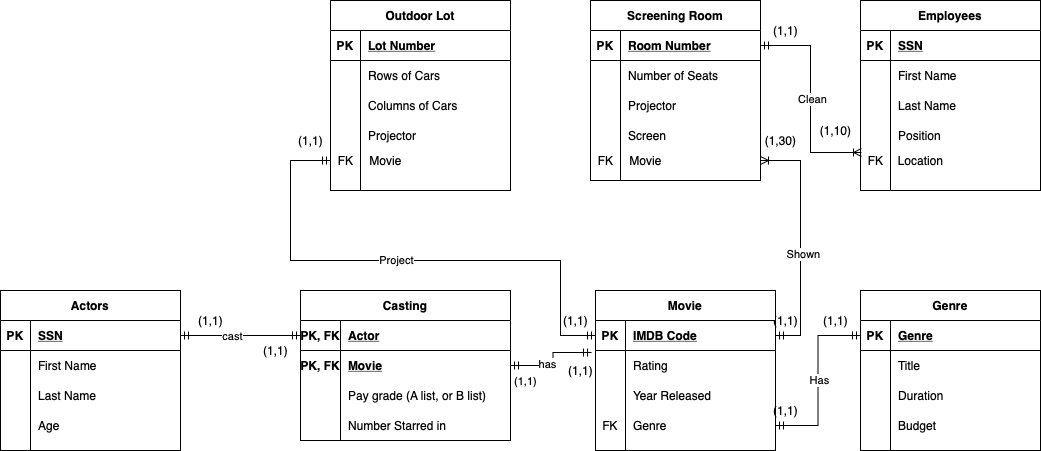
Earlier version of the draw.io export images/Lab 2 210 Project ER Diagram.png (lqr5252/Lab-1). Source tidied: cells renumbered, new cells last; positions are measured from the earlier drawing's top-left corner, leaving out a move shared by most shapes.
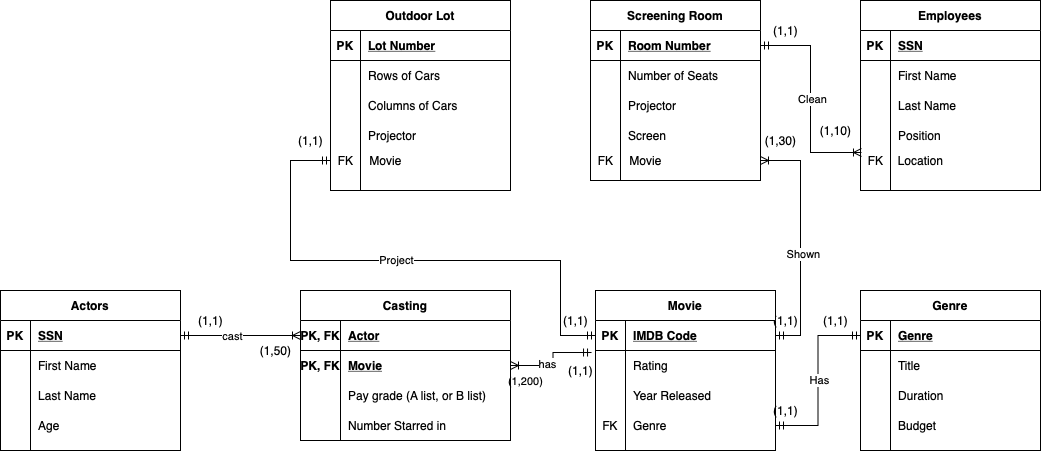
After the commit.

Diff of the diagram source:
```diff
@@ -238,7 +238,7 @@
     <mxCell id="75" value="FK" style="text;html=1;align=center;verticalAlign=middle;" parent="1" vertex="1">
       <mxGeometry x="590" y="150" width="30" height="20" as="geometry" />
     </mxCell>
-    <mxCell id="76" style="edgeStyle=orthogonalEdgeStyle;rounded=0;jettySize=auto;html=1;exitX=1;exitY=0.5;exitDx=0;exitDy=0;entryX=0;entryY=0.5;entryDx=0;entryDy=0;startArrow=ERmandOne;startFill=0;endArrow=ERmandOne;endFill=0;" parent="1" edge="1" source="98" target="111">
+    <mxCell id="76" style="edgeStyle=orthogonalEdgeStyle;rounded=0;jettySize=auto;html=1;exitX=1;exitY=0.5;exitDx=0;exitDy=0;entryX=0;entryY=0.5;entryDx=0;entryDy=0;startArrow=ERmandOne;startFill=0;endArrow=ERoneToMany;endFill=0;" parent="1" edge="1" source="98" target="111">
       <mxGeometry relative="1" as="geometry" />
     </mxCell>
     <mxCell id="77" value="cast" style="edgeLabel;html=1;align=center;verticalAlign=middle;" parent="76" vertex="1">
@@ -285,10 +285,10 @@
     <mxCell id="90" value="Genre" style="shape=partialRectangle;fillColor=none;top=0;left=0;bottom=0;right=0;align=left;spacingLeft=6;overflow=hidden;" parent="88" vertex="1">
       <mxGeometry x="30" width="150" height="30" as="geometry" />
     </mxCell>
-    <mxCell id="91" style="edgeStyle=orthogonalEdgeStyle;rounded=0;jettySize=auto;html=1;exitX=1;exitY=0.5;exitDx=0;exitDy=0;entryX=-0.022;entryY=0.067;entryDx=0;entryDy=0;entryPerimeter=0;startArrow=ERmandOne;startFill=0;endArrow=ERmandOne;endFill=0;" parent="1" edge="1" source="114" target="82">
+    <mxCell id="91" style="edgeStyle=orthogonalEdgeStyle;rounded=0;jettySize=auto;html=1;exitX=1;exitY=0.5;exitDx=0;exitDy=0;entryX=-0.022;entryY=0.067;entryDx=0;entryDy=0;entryPerimeter=0;startArrow=ERoneToMany;startFill=0;endArrow=ERmandOne;endFill=0;" parent="1" edge="1" source="114" target="82">
       <mxGeometry relative="1" as="geometry" />
     </mxCell>
-    <mxCell id="92" value="(1,1)" style="edgeLabel;html=1;align=center;verticalAlign=middle;" parent="91" vertex="1">
+    <mxCell id="92" value="(1,200)" style="edgeLabel;html=1;align=center;verticalAlign=middle;rotation=0;" parent="91" vertex="1">
       <mxGeometry x="-0.69" y="-5" relative="1" as="geometry">
         <mxPoint y="10" as="offset" />
       </mxGeometry>
@@ -299,8 +299,8 @@
     <mxCell id="94" value="(1,1)" style="text;html=1;align=center;verticalAlign=middle;" parent="1" vertex="1">
       <mxGeometry x="190" y="310" width="40" height="20" as="geometry" />
     </mxCell>
-    <mxCell id="95" value="(1,1)" style="text;html=1;align=center;verticalAlign=middle;" parent="1" vertex="1">
-      <mxGeometry x="255" y="340" width="40" height="20" as="geometry" />
+    <mxCell id="95" value="(1,50)" style="text;html=1;align=center;verticalAlign=middle;" parent="1" vertex="1">
+      <mxGeometry x="250" y="340" width="50" height="20" as="geometry" />
     </mxCell>
     <mxCell id="96" value="(1,1)" style="text;html=1;align=center;verticalAlign=middle;" parent="1" vertex="1">
       <mxGeometry x="560" y="360" width="40" height="20" as="geometry" />
```
